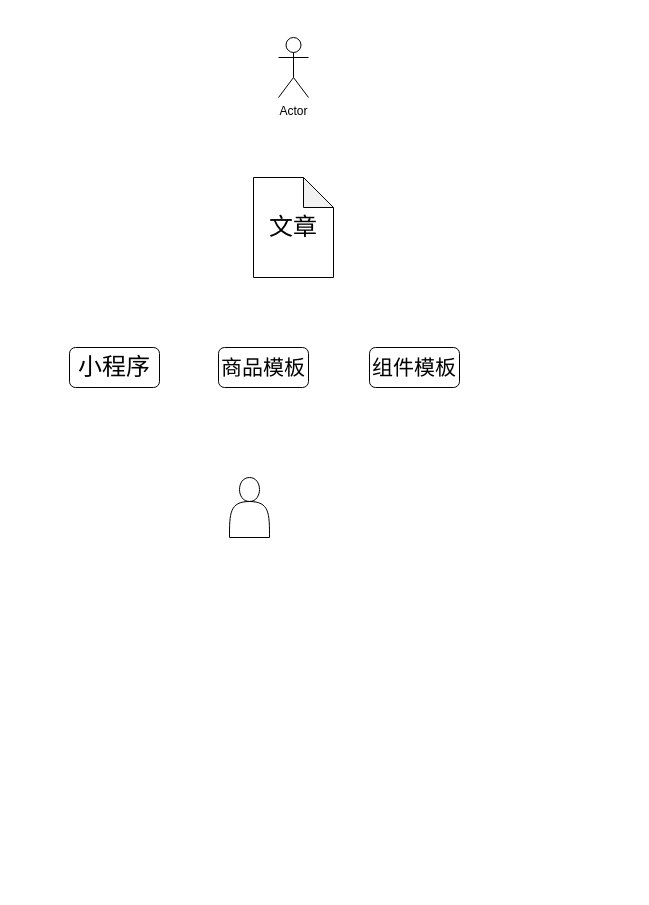
The draw.io diagram Untitled Diagram.drawio in livis-scj/xmind, before the edit. Source tidied: cells renumbered, new cells numbered last; positions are measured from the earlier drawing's top-left corner, leaving out a move shared by most shapes. Both pictures are drawn from the tidied source at 100%, with x=0, y=0 at pixel (69, 37).
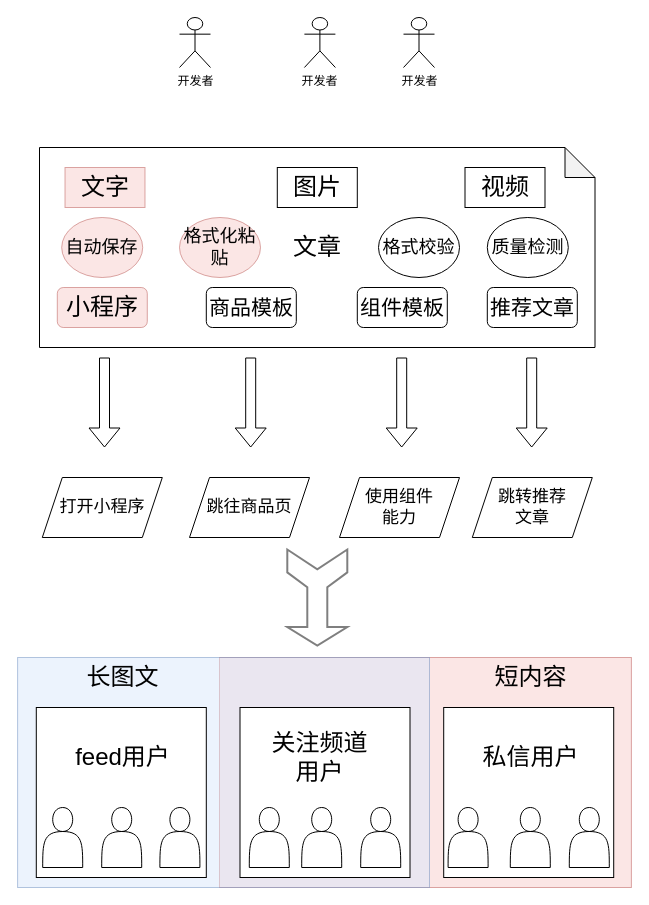
After the change.

Change to the diagram source:
```diff
@@
+    <mxCell id="8" style="rounded=0;whiteSpace=wrap;html=1;fontSize=24;fillColor=#f8cecc;strokeColor=#b85450;opacity=50;" parent="1" vertex="1">
+      <mxGeometry x="150" y="620" width="411.9" height="230" as="geometry" />
+    </mxCell>
+    <mxCell id="9" style="rounded=0;whiteSpace=wrap;html=1;fontSize=24;fillColor=#dae8fc;strokeColor=#6c8ebf;opacity=50;" parent="1" vertex="1">
+      <mxGeometry x="-51.9" y="620" width="411.9" height="230" as="geometry" />
+    </mxCell>
+    <mxCell id="10" style="whiteSpace=wrap;html=1;" parent="1" vertex="1">
+      <mxGeometry x="374.2" y="670" width="170" height="170" as="geometry" />
+    </mxCell>
+    <mxCell id="11" style="whiteSpace=wrap;html=1;" parent="1" vertex="1">
+      <mxGeometry x="170.5" y="670" width="170" height="170" as="geometry" />
+    </mxCell>
+    <mxCell id="12" style="whiteSpace=wrap;html=1;" parent="1" vertex="1">
+      <mxGeometry x="-33.2" y="670" width="170" height="170" as="geometry" />
+    </mxCell>
-    <mxCell id="2" value="Actor" style="shape=umlActor;verticalLabelPosition=bottom;verticalAlign=top;html=1;" parent="1" vertex="1">
-      <mxGeometry x="209" width="30" height="60" as="geometry" />
+    <mxCell id="2" value="开发者" style="shape=umlActor;verticalLabelPosition=bottom;verticalAlign=top;html=1;fontStyle=0;" parent="1" vertex="1">
+      <mxGeometry x="234.9" y="-20" width="31" height="50" as="geometry" />
     </mxCell>
     <mxCell id="3" value="&lt;font style=&quot;font-size: 24px&quot;&gt;文章&lt;/font&gt;" style="shape=note;whiteSpace=wrap;html=1;backgroundOutline=1;darkOpacity=0.05;" parent="1" vertex="1">
-      <mxGeometry x="184" y="140" width="80" height="100" as="geometry" />
+      <mxGeometry x="-30" y="110" width="555.5" height="200" as="geometry" />
     </mxCell>
     <mxCell id="4" style="shape=actor;whiteSpace=wrap;html=1;" parent="1" vertex="1">
-      <mxGeometry x="160" y="440" width="40" height="60" as="geometry" />
+      <mxGeometry x="179.8" y="770" width="40" height="60" as="geometry" />
     </mxCell>
-    <mxCell id="5" value="&lt;font style=&quot;font-size: 24px&quot;&gt;小程序&lt;/font&gt;" style="rounded=1;whiteSpace=wrap;html=1;" parent="1" vertex="1">
-      <mxGeometry y="310" width="90" height="40" as="geometry" />
+    <mxCell id="5" value="&lt;font style=&quot;font-size: 24px&quot;&gt;小程序&lt;/font&gt;" style="rounded=1;whiteSpace=wrap;html=1;fillColor=#f8cecc;strokeColor=#b85450;opacity=50;" parent="1" vertex="1">
+      <mxGeometry x="-12.2" y="250" width="90" height="40" as="geometry" />
     </mxCell>
     <mxCell id="6" value="&lt;font style=&quot;font-size: 21px&quot;&gt;商品模板&lt;/font&gt;" style="rounded=1;whiteSpace=wrap;html=1;" parent="1" vertex="1">
-      <mxGeometry x="149" y="310" width="90" height="40" as="geometry" />
+      <mxGeometry x="136.8" y="250" width="90" height="40" as="geometry" />
     </mxCell>
     <mxCell id="7" value="&lt;font style=&quot;font-size: 21px&quot;&gt;组件模板&lt;/font&gt;" style="rounded=1;whiteSpace=wrap;html=1;" parent="1" vertex="1">
-      <mxGeometry x="300" y="310" width="90" height="40" as="geometry" />
+      <mxGeometry x="287.8" y="250" width="90" height="40" as="geometry" />
     </mxCell>
+    <mxCell id="13" value="&lt;font style=&quot;font-size: 21px&quot;&gt;推荐文章&lt;/font&gt;" style="rounded=1;whiteSpace=wrap;html=1;" parent="1" vertex="1">
+      <mxGeometry x="417.8" y="250" width="90" height="40" as="geometry" />
+    </mxCell>
+    <mxCell id="14" value="&lt;font style=&quot;font-size: 24px&quot;&gt;文字&lt;/font&gt;" style="rounded=0;whiteSpace=wrap;html=1;fillColor=#f8cecc;strokeColor=#b85450;opacity=50;" parent="1" vertex="1">
+      <mxGeometry x="-4.5" y="130" width="80" height="40" as="geometry" />
+    </mxCell>
+    <mxCell id="15" value="&lt;font style=&quot;font-size: 24px&quot;&gt;图片&lt;/font&gt;" style="rounded=0;whiteSpace=wrap;html=1;" parent="1" vertex="1">
+      <mxGeometry x="207.8" y="130" width="80" height="40" as="geometry" />
+    </mxCell>
+    <mxCell id="16" value="&lt;span style=&quot;font-size: 24px&quot;&gt;视频&lt;/span&gt;" style="rounded=0;whiteSpace=wrap;html=1;" parent="1" vertex="1">
+      <mxGeometry x="395.5" y="130" width="80" height="40" as="geometry" />
+    </mxCell>
+    <mxCell id="17" style="shape=flexArrow;endArrow=classic;html=1;" parent="1" edge="1">
+      <mxGeometry relative="1" as="geometry">
+        <mxPoint x="35" y="320" as="sourcePoint" />
+        <mxPoint x="35" y="410" as="targetPoint" />
+      </mxGeometry>
+    </mxCell>
+    <mxCell id="18" style="shape=flexArrow;endArrow=classic;html=1;" parent="1" edge="1">
+      <mxGeometry relative="1" as="geometry">
+        <mxPoint x="181.2" y="320" as="sourcePoint" />
+        <mxPoint x="181.2" y="410" as="targetPoint" />
+      </mxGeometry>
+    </mxCell>
+    <mxCell id="19" style="shape=flexArrow;endArrow=classic;html=1;" parent="1" edge="1">
+      <mxGeometry relative="1" as="geometry">
+        <mxPoint x="332.2" y="320" as="sourcePoint" />
+        <mxPoint x="332.2" y="410" as="targetPoint" />
+      </mxGeometry>
+    </mxCell>
+    <mxCell id="20" style="shape=flexArrow;endArrow=classic;html=1;" parent="1" edge="1">
+      <mxGeometry relative="1" as="geometry">
+        <mxPoint x="462.2" y="320" as="sourcePoint" />
+        <mxPoint x="462.2" y="410" as="targetPoint" />
+      </mxGeometry>
+    </mxCell>
+    <mxCell id="21" value="&lt;font style=&quot;font-size: 17px&quot;&gt;打开小程序&lt;/font&gt;" style="shape=parallelogram;perimeter=parallelogramPerimeter;whiteSpace=wrap;html=1;fixedSize=1;" parent="1" vertex="1">
+      <mxGeometry x="-27.2" y="440" width="120" height="60" as="geometry" />
+    </mxCell>
+    <mxCell id="22" value="&lt;font style=&quot;font-size: 17px&quot;&gt;跳往商品页&lt;/font&gt;" style="shape=parallelogram;perimeter=parallelogramPerimeter;whiteSpace=wrap;html=1;fixedSize=1;" parent="1" vertex="1">
+      <mxGeometry x="120" y="440" width="120" height="60" as="geometry" />
+    </mxCell>
+    <mxCell id="23" value="&lt;font style=&quot;font-size: 17px&quot;&gt;使用组件&lt;br&gt;能力&lt;br&gt;&lt;/font&gt;" style="shape=parallelogram;perimeter=parallelogramPerimeter;whiteSpace=wrap;html=1;fixedSize=1;" parent="1" vertex="1">
+      <mxGeometry x="270" y="440" width="120" height="60" as="geometry" />
+    </mxCell>
+    <mxCell id="24" value="&lt;span style=&quot;font-size: 17px&quot;&gt;跳转推荐&lt;br&gt;文章&lt;/span&gt;" style="shape=parallelogram;perimeter=parallelogramPerimeter;whiteSpace=wrap;html=1;fixedSize=1;" parent="1" vertex="1">
+      <mxGeometry x="402.8" y="440" width="120" height="60" as="geometry" />
+    </mxCell>
+    <mxCell id="25" style="shape=actor;whiteSpace=wrap;html=1;" parent="1" vertex="1">
+      <mxGeometry x="90.4" y="770" width="40" height="60" as="geometry" />
+    </mxCell>
+    <mxCell id="26" style="shape=actor;whiteSpace=wrap;html=1;" parent="1" vertex="1">
+      <mxGeometry x="32.2" y="770" width="40" height="60" as="geometry" />
+    </mxCell>
+    <mxCell id="27" style="shape=actor;whiteSpace=wrap;html=1;" parent="1" vertex="1">
+      <mxGeometry x="-26.8" y="770" width="40" height="60" as="geometry" />
+    </mxCell>
+    <mxCell id="28" style="shape=actor;whiteSpace=wrap;html=1;" parent="1" vertex="1">
+      <mxGeometry x="378.6" y="770" width="40" height="60" as="geometry" />
+    </mxCell>
+    <mxCell id="29" style="shape=actor;whiteSpace=wrap;html=1;" parent="1" vertex="1">
+      <mxGeometry x="291.2" y="770" width="40" height="60" as="geometry" />
+    </mxCell>
+    <mxCell id="30" style="shape=actor;whiteSpace=wrap;html=1;" parent="1" vertex="1">
+      <mxGeometry x="232.2" y="770" width="40" height="60" as="geometry" />
+    </mxCell>
+    <mxCell id="31" style="shape=actor;whiteSpace=wrap;html=1;" parent="1" vertex="1">
+      <mxGeometry x="499.8" y="770" width="40" height="60" as="geometry" />
+    </mxCell>
+    <mxCell id="32" style="shape=actor;whiteSpace=wrap;html=1;" parent="1" vertex="1">
+      <mxGeometry x="440.8" y="770" width="40" height="60" as="geometry" />
+    </mxCell>
+    <mxCell id="33" value="&lt;font style=&quot;font-size: 18px&quot;&gt;自动保存&lt;/font&gt;" style="ellipse;whiteSpace=wrap;html=1;fillColor=#f8cecc;strokeColor=#b85450;opacity=50;" parent="1" vertex="1">
+      <mxGeometry x="-7.8" y="180" width="81" height="60" as="geometry" />
+    </mxCell>
+    <mxCell id="34" value="&lt;font style=&quot;font-size: 18px&quot;&gt;格式化粘贴&lt;/font&gt;" style="ellipse;whiteSpace=wrap;html=1;fillColor=#f8cecc;strokeColor=#b85450;opacity=50;" parent="1" vertex="1">
+      <mxGeometry x="110" y="180" width="81" height="60" as="geometry" />
+    </mxCell>
+    <mxCell id="35" value="&lt;font style=&quot;font-size: 18px&quot;&gt;格式校验&lt;br&gt;&lt;/font&gt;" style="ellipse;whiteSpace=wrap;html=1;" parent="1" vertex="1">
+      <mxGeometry x="309" y="180" width="81" height="60" as="geometry" />
+    </mxCell>
+    <mxCell id="36" value="&lt;font style=&quot;font-size: 18px&quot;&gt;质量检测&lt;/font&gt;" style="ellipse;whiteSpace=wrap;html=1;" parent="1" vertex="1">
+      <mxGeometry x="417.8" y="180" width="81" height="60" as="geometry" />
+    </mxCell>
+    <mxCell id="37" value="feed用户" style="text;html=1;strokeColor=none;fillColor=none;align=center;verticalAlign=middle;whiteSpace=wrap;rounded=0;fontSize=24;" parent="1" vertex="1">
+      <mxGeometry x="-4.5" y="680" width="117.2" height="80" as="geometry" />
+    </mxCell>
+    <mxCell id="38" value="关注频道用户" style="text;html=1;strokeColor=none;fillColor=none;align=center;verticalAlign=middle;whiteSpace=wrap;rounded=0;fontSize=24;" parent="1" vertex="1">
+      <mxGeometry x="191.8" y="680" width="117.2" height="80" as="geometry" />
+    </mxCell>
+    <mxCell id="39" value="私信用户" style="text;html=1;strokeColor=none;fillColor=none;align=center;verticalAlign=middle;whiteSpace=wrap;rounded=0;fontSize=24;" parent="1" vertex="1">
+      <mxGeometry x="402.8" y="680" width="117.2" height="80" as="geometry" />
+    </mxCell>
+    <mxCell id="40" value="长图文" style="text;html=1;strokeColor=none;fillColor=none;align=center;verticalAlign=middle;whiteSpace=wrap;rounded=0;fontSize=24;" parent="1" vertex="1">
+      <mxGeometry x="-4.5" y="620" width="117.2" height="40" as="geometry" />
+    </mxCell>
+    <mxCell id="41" value="短内容" style="text;html=1;strokeColor=none;fillColor=none;align=center;verticalAlign=middle;whiteSpace=wrap;rounded=0;fontSize=24;" parent="1" vertex="1">
+      <mxGeometry x="402.8" y="620" width="117.2" height="40" as="geometry" />
+    </mxCell>
+    <mxCell id="42" style="shape=mxgraph.arrows.slender_wide_tailed_arrow;html=1;verticalLabelPosition=bottom;verticalAlign=top;strokeWidth=2;strokeColor=#000000;fontSize=24;opacity=50;rotation=-90;" parent="1" vertex="1">
+      <mxGeometry x="199.8" y="530" width="96" height="60" as="geometry" />
+    </mxCell>
+    <mxCell id="43" value="开发者" style="shape=umlActor;verticalLabelPosition=bottom;verticalAlign=top;html=1;fontStyle=0;" parent="1" vertex="1">
+      <mxGeometry x="334" y="-20" width="31" height="50" as="geometry" />
+    </mxCell>
+    <mxCell id="44" value="开发者" style="shape=umlActor;verticalLabelPosition=bottom;verticalAlign=top;html=1;fontStyle=0;" parent="1" vertex="1">
+      <mxGeometry x="110" y="-20" width="31" height="50" as="geometry" />
+    </mxCell>
```
